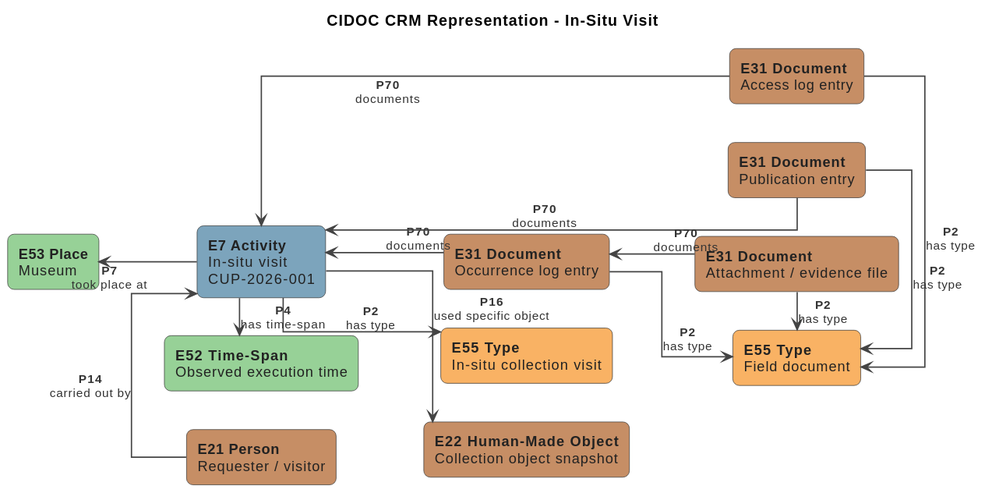
marcosduchinski/vitarerum keeps this PlantUML diagram as docs/diagrams/cidoc-example-in-situ-visit.svg. Above is the earlier version.
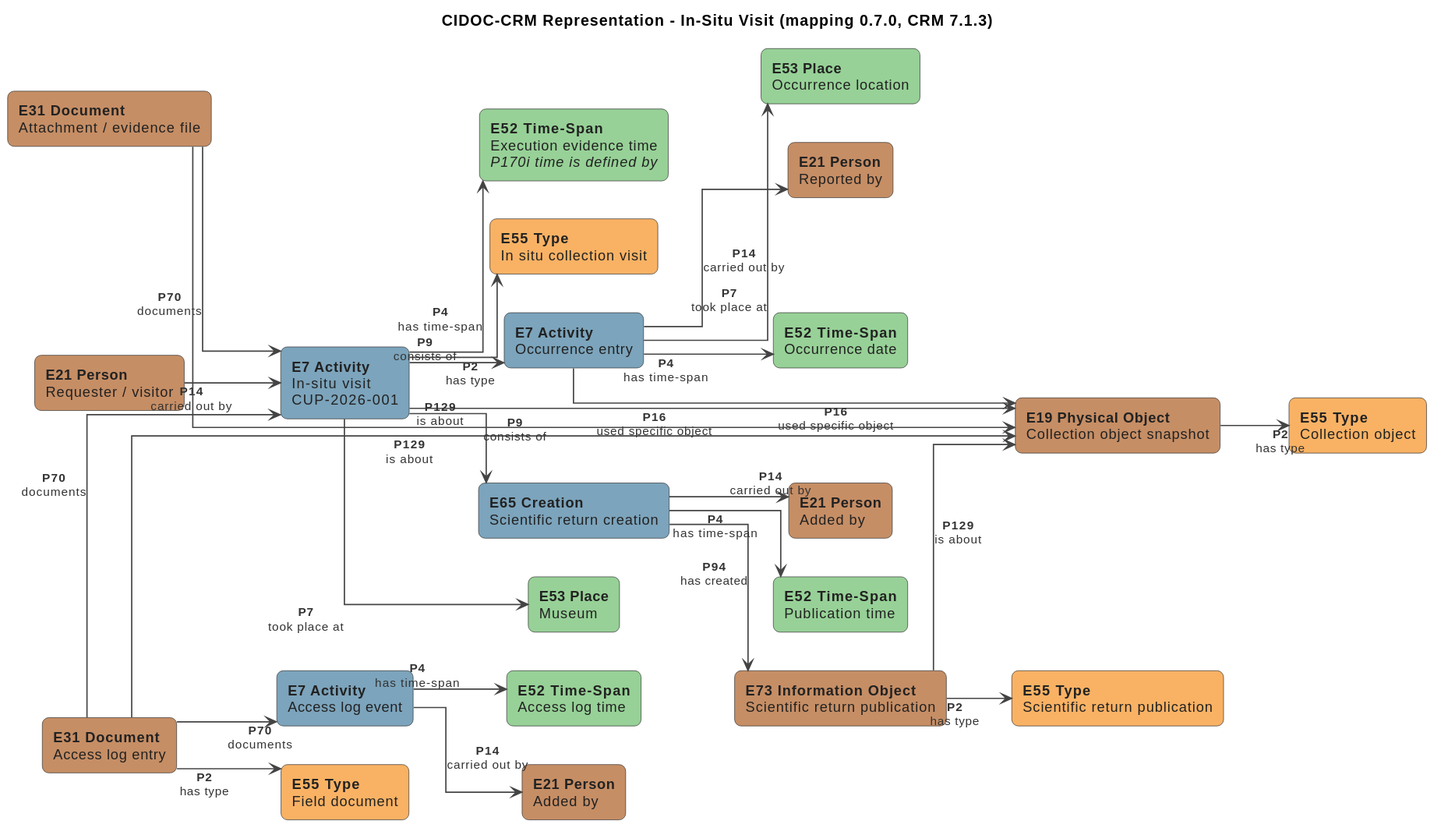
The same file after the commit.

Change to the diagram source:
```diff
@@ -1,5 +1,5 @@
 @startuml
-title CIDOC CRM Representation - In-Situ Visit
+title CIDOC-CRM Representation - In-Situ Visit (mapping 0.7.0, CRM 7.1.3)
 
 left to right direction
 
@@ -19,6 +19,10 @@
   FontSize 11
   Thickness 1.2
 }
+skinparam note {
+  BackgroundColor #FFFBEB
+  BorderColor #B45309
+}
 
 !define activity_color #7CA4BC
 !define entity_color #C68E65
@@ -28,29 +32,59 @@
 rectangle "<b>E7 Activity</b>\nIn-situ visit\nCUP-2026-001" as E7 activity_color
 rectangle "<b>E21 Person</b>\nRequester / visitor" as E21 entity_color
 rectangle "<b>E53 Place</b>\nMuseum" as E53 space_time_color
-rectangle "<b>E52 Time-Span</b>\nObserved execution time" as E52 space_time_color
-rectangle "<b>E55 Type</b>\nIn-situ collection visit" as E55_VISIT type_color
+rectangle "<b>E52 Time-Span</b>\nExecution evidence time\n<i>P170i time is defined by</i>" as E52 space_time_color
+rectangle "<b>E55 Type</b>\nIn situ collection visit" as E55_VISIT type_color
 
-rectangle "<b>E22 Human-Made Object</b>\nCollection object snapshot" as E22 entity_color
+rectangle "<b>E19 Physical Object</b>\nCollection object snapshot" as E19 entity_color
+rectangle "<b>E55 Type</b>\nCollection object" as E55_OBJ type_color
+
+rectangle "<b>E7 Activity</b>\nOccurrence entry" as E7_OCC activity_color
+rectangle "<b>E52 Time-Span</b>\nOccurrence date" as E52_OCC space_time_color
+rectangle "<b>E53 Place</b>\nOccurrence location" as E53_OCC space_time_color
+rectangle "<b>E21 Person</b>\nReported by" as E21_OCC entity_color
+
 rectangle "<b>E31 Document</b>\nAccess log entry" as E31_ACCESS entity_color
-rectangle "<b>E31 Document</b>\nOccurrence log entry" as E31_OCC entity_color
-rectangle "<b>E31 Document</b>\nPublication entry" as E31_PUB entity_color
+rectangle "<b>E55 Type</b>\nField document" as E55_DOC type_color
+rectangle "<b>E7 Activity</b>\nAccess log event" as E7_ACCESS activity_color
+rectangle "<b>E52 Time-Span</b>\nAccess log time" as E52_ACCESS space_time_color
+rectangle "<b>E21 Person</b>\nAdded by" as E21_ACCESS entity_color
+
+rectangle "<b>E65 Creation</b>\nScientific return creation" as E65 activity_color
+rectangle "<b>E73 Information Object</b>\nScientific return publication" as E73 entity_color
+rectangle "<b>E55 Type</b>\nScientific return publication" as E55_PUB type_color
+rectangle "<b>E52 Time-Span</b>\nPublication time" as E52_PUB space_time_color
+rectangle "<b>E21 Person</b>\nAdded by" as E21_PUB entity_color
+
 rectangle "<b>E31 Document</b>\nAttachment / evidence file" as E31_ATTACH entity_color
-rectangle "<b>E55 Type</b>\nField document" as E55_DOC type_color
 
-E21 -left-> E7 : <b>P14</b>\ncarried out by
-E7 -up-> E53 : <b>P7</b>\ntook place at
-E7 -right-> E52 : <b>P4</b>\nhas time-span
-E7 -down-> E55_VISIT : <b>P2</b>\nhas type
+E21 --> E7 : <b>P14</b>\ncarried out by
+E7 --> E53 : <b>P7</b>\ntook place at
+E7 --> E52 : <b>P4</b>\nhas time-span
+E7 --> E55_VISIT : <b>P2</b>\nhas type
 
-E7 -down-> E22 : <b>P16</b>\nused specific object
-E31_ACCESS -up-> E7 : <b>P70</b>\ndocuments
-E31_OCC -up-> E7 : <b>P70</b>\ndocuments
-E31_PUB -up-> E7 : <b>P70</b>\ndocuments
-E31_ATTACH -up-> E31_OCC : <b>P70</b>\ndocuments
+E7 --> E19 : <b>P16</b>\nused specific object
+E19 --> E55_OBJ : <b>P2</b>\nhas type
 
-E31_ACCESS -right-> E55_DOC : <b>P2</b>\nhas type
-E31_OCC -right-> E55_DOC : <b>P2</b>\nhas type
-E31_PUB -right-> E55_DOC : <b>P2</b>\nhas type
-E31_ATTACH -right-> E55_DOC : <b>P2</b>\nhas type
+E7 --> E7_OCC : <b>P9</b>\nconsists of
+E7_OCC --> E52_OCC : <b>P4</b>\nhas time-span
+E7_OCC --> E53_OCC : <b>P7</b>\ntook place at
+E7_OCC --> E21_OCC : <b>P14</b>\ncarried out by
+E7_OCC --> E19 : <b>P16</b>\nused specific object
+
+E31_ACCESS --> E7 : <b>P70</b>\ndocuments
+E31_ACCESS --> E55_DOC : <b>P2</b>\nhas type
+E31_ACCESS --> E7_ACCESS : <b>P70</b>\ndocuments
+E7_ACCESS --> E52_ACCESS : <b>P4</b>\nhas time-span
+E7_ACCESS --> E21_ACCESS : <b>P14</b>\ncarried out by
+E31_ACCESS --> E19 : <b>P129</b>\nis about
+
+E7 --> E65 : <b>P9</b>\nconsists of
+E65 --> E73 : <b>P94</b>\nhas created
+E65 --> E52_PUB : <b>P4</b>\nhas time-span
+E65 --> E21_PUB : <b>P14</b>\ncarried out by
+E73 --> E55_PUB : <b>P2</b>\nhas type
+E73 --> E19 : <b>P129</b>\nis about
+
+E31_ATTACH --> E7 : <b>P70</b>\ndocuments
+E31_ATTACH --> E19 : <b>P129</b>\nis about
 @enduml
```
